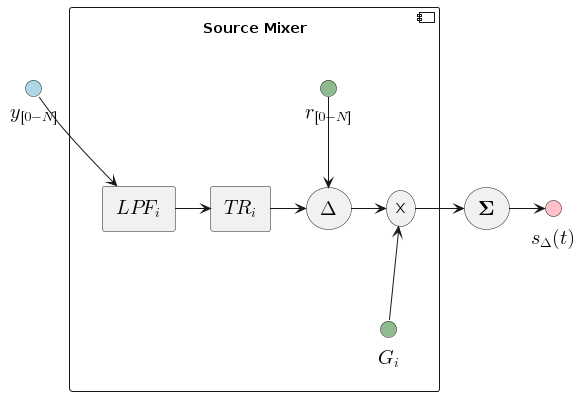
nsulmol/documentation keeps this PlantUML diagram as afm_spm_components/images/source_mixer.png. Above is the earlier version. Its diagram source:
```plantuml
@startuml
 !include style.puml

 !startsub component
 interface "<latex>y_{[0-N]}</latex>" <<input>> as y_ts

 component "Source Mixer" as source_mixer {
   rectangle "<latex>LPF_i</latex>" as lpf
   rectangle "<latex>TR_i</latex>" as tr
   storage "<latex>\Delta</latex>" as delta
   interface "<latex>r_{[0-N]}</latex>" <<param>> as r_ts
   interface "<latex>G_i</latex>" <<param>> as g_i
   storage "X" as gain

   lpf -> tr
   tr -> delta
   r_ts -d-> delta
   delta -> gain
   g_i -u-> gain
 }

 y_ts -r-> lpf
 source_mixer -[hidden]left- y_ts

 storage "<latex>\textbf{\Sigma}</latex>" as sum
 interface "<latex>s_{\Delta}(t)</latex>" <<output>> as s_del

 gain -> sum
 sum -> s_del
!endsub

@enduml
```
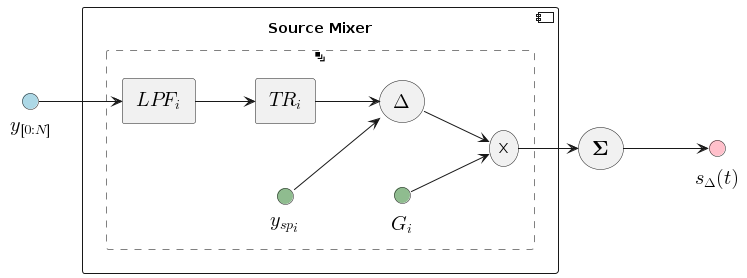
Above is the later version.

The edit, as a diff of the source:
```diff
@@ -1,32 +1,34 @@
 @startuml
  !include style.puml
+ left to right direction
 
  !startsub component
- interface "<latex>y_{[0-N]}</latex>" <<input>> as y_ts
+ interface "<latex>y_{[0:N]}</latex>" <<input>> as y_ts
 
  component "Source Mixer" as source_mixer {
-   rectangle "<latex>LPF_i</latex>" as lpf
-   rectangle "<latex>TR_i</latex>" as tr
-   storage "<latex>\Delta</latex>" as delta
-   interface "<latex>r_{[0-N]}</latex>" <<param>> as r_ts
-   interface "<latex>G_i</latex>" <<param>> as g_i
-   storage "X" as gain
+   rectangle "<&layers>" as single_source_block #line:grey;line.dashed {
+     rectangle "<latex>LPF_i</latex>" as lpf
+     rectangle "<latex>TR_i</latex>" as tr
+     storage "<latex>\Delta</latex>" as delta
+     interface "<latex>y_{sp}_{i}</latex>" <<param>> as sp_i
+     interface "<latex>G_i</latex>" <<param>> as g_i
+     storage "X" as gain
 
-   lpf -> tr
-   tr -> delta
-   r_ts -d-> delta
-   delta -> gain
-   g_i -u-> gain
+     lpf --> tr
+     tr --> delta
+     sp_i --> delta
+     delta --> gain
+     g_i --> gain
+   }
  }
 
- y_ts -r-> lpf
- source_mixer -[hidden]left- y_ts
+ y_ts --> lpf
 
  storage "<latex>\textbf{\Sigma}</latex>" as sum
  interface "<latex>s_{\Delta}(t)</latex>" <<output>> as s_del
 
- gain -> sum
- sum -> s_del
+ gain --> sum
+ sum --> s_del
 !endsub
 
 @enduml
```
